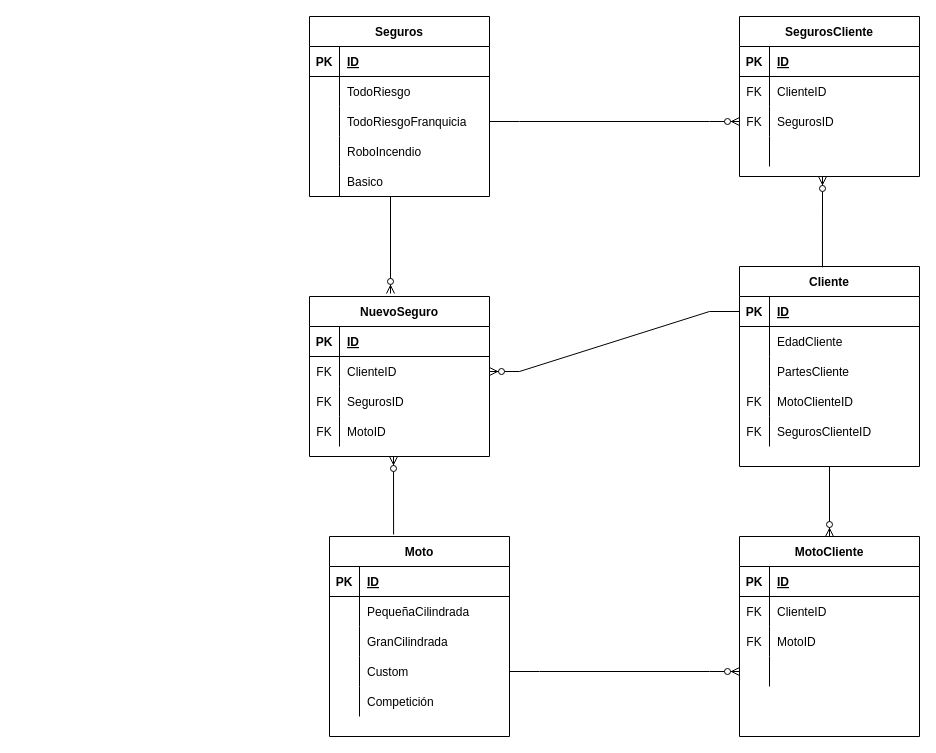
Above: EjercicioSeguros.drawio in dawnrock/diagrams (draw.io), before the change. Source tidied: cells renumbered, new cells numbered last; positions are measured from the earlier drawing's top-left corner, leaving out a move shared by most shapes. Both pictures are drawn from the tidied source at 100%, with x=0, y=0 at pixel (309, 16).
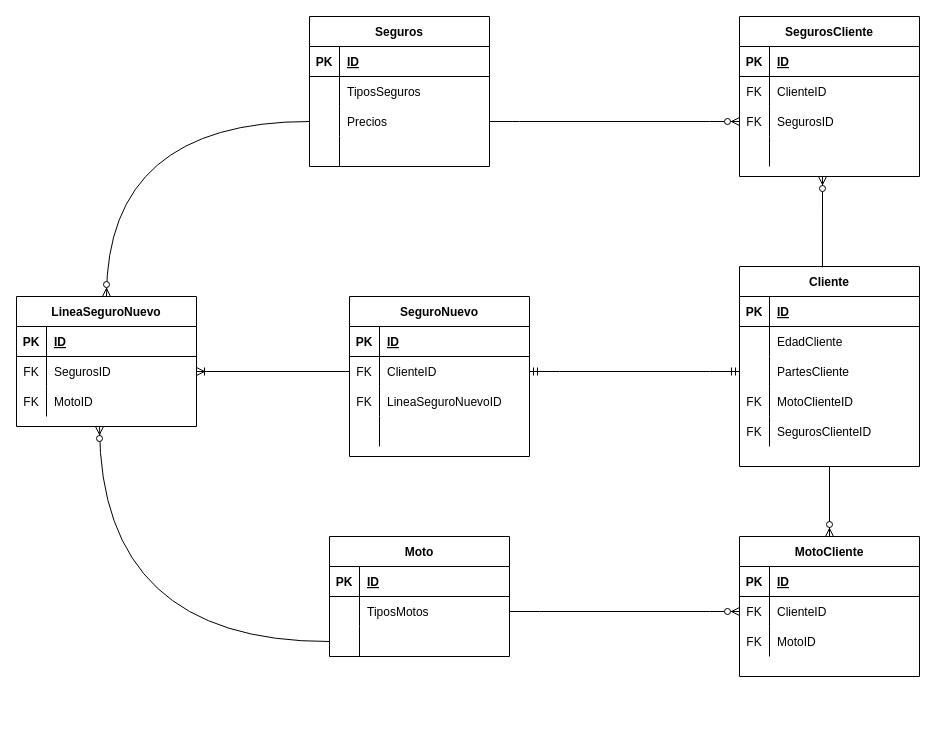
The same diagram, later.

The change refers to these unchanged cells:
```xml
<mxCell id="3" style="shape=partialRectangle;fillColor=none;top=0;left=0;bottom=1;right=0;points=[[0,0.5],[1,0.5]];portConstraint=eastwest;" parent="2" vertex="1">
  <mxGeometry y="30" width="180" height="30" as="geometry" />
</mxCell>
<mxCell id="9" style="shape=partialRectangle;fillColor=none;top=0;left=0;bottom=0;right=0;points=[[0,0.5],[1,0.5]];portConstraint=eastwest;" parent="2" vertex="1">
  <mxGeometry y="90" width="180" height="30" as="geometry" />
</mxCell>
<mxCell id="22" style="shape=partialRectangle;fillColor=none;top=0;left=0;bottom=0;right=0;points=[[0,0.5],[1,0.5]];portConstraint=eastwest;" parent="18" vertex="1">
  <mxGeometry y="60" width="180" height="30" as="geometry" />
</mxCell>
<mxCell id="38" style="shape=partialRectangle;fillColor=none;top=0;left=0;bottom=0;right=0;" parent="34" vertex="1">
  <mxGeometry y="60" width="180" height="30" as="geometry" />
</mxCell>
<mxCell id="41" style="shape=partialRectangle;fillColor=none;top=0;left=0;bottom=0;right=0;points=[[0,0.5],[1,0.5]];portConstraint=eastwest;" parent="34" vertex="1">
  <mxGeometry y="90" width="180" height="30" as="geometry" />
</mxCell>
<mxCell id="69" style="shape=partialRectangle;fillColor=none;top=0;left=0;bottom=0;right=0;points=[[0,0.5],[1,0.5]];portConstraint=eastwest;" parent="65" vertex="1">
  <mxGeometry y="60" width="180" height="30" as="geometry" />
</mxCell>
```

What changed in the source:
```diff
@@
     <mxCell id="18" value="Moto" style="shape=table;startSize=30;childLayout=tableLayout;rowLines=0;fontStyle=1;align=center;" parent="1" vertex="1">
-      <mxGeometry x="20" y="520" width="180" height="200" as="geometry" />
+      <mxGeometry x="20" y="520" width="180" height="120" as="geometry" />
     </mxCell>
@@
-    <mxCell id="24" value="PequeñaCilindrada" style="shape=partialRectangle;fillColor=none;top=0;left=0;bottom=0;right=0;align=left;spacingLeft=6;overflow=hidden;" parent="22" vertex="1">
+    <mxCell id="24" value="TiposMotos" style="shape=partialRectangle;fillColor=none;top=0;left=0;bottom=0;right=0;align=left;spacingLeft=6;overflow=hidden;" parent="22" vertex="1">
       <mxGeometry x="30" width="150" height="30" as="geometry" />
     </mxCell>
-    <mxCell id="25" style="shape=partialRectangle;fillColor=none;top=0;left=0;bottom=0;right=0;" parent="18" vertex="1">
-      <mxGeometry y="90" width="180" height="30" as="geometry" />
-    </mxCell>
-    <mxCell id="26" style="shape=partialRectangle;fillColor=none;top=0;left=0;bottom=0;right=0;overflow=hidden;" parent="25" vertex="1">
-      <mxGeometry width="30" height="30" as="geometry" />
-    </mxCell>
-    <mxCell id="27" value="GranCilindrada" style="shape=partialRectangle;fillColor=none;top=0;left=0;bottom=0;right=0;align=left;spacingLeft=6;overflow=hidden;" parent="25" vertex="1">
-      <mxGeometry x="30" width="150" height="30" as="geometry" />
-    </mxCell>
-    <mxCell id="28" style="shape=partialRectangle;fillColor=none;top=0;left=0;bottom=0;right=0;points=[[0,0.5],[1,0.5]];portConstraint=eastwest;" parent="18" vertex="1">
-      <mxGeometry y="120" width="180" height="30" as="geometry" />
-    </mxCell>
-    <mxCell id="29" style="shape=partialRectangle;fillColor=none;top=0;left=0;bottom=0;right=0;overflow=hidden;" parent="28" vertex="1">
-      <mxGeometry width="30" height="30" as="geometry" />
-    </mxCell>
-    <mxCell id="30" value="Custom" style="shape=partialRectangle;fillColor=none;top=0;left=0;bottom=0;right=0;align=left;spacingLeft=6;overflow=hidden;" parent="28" vertex="1">
-      <mxGeometry x="30" width="150" height="30" as="geometry" />
-    </mxCell>
     <mxCell id="31" style="shape=partialRectangle;fillColor=none;top=0;left=0;bottom=0;right=0;" parent="18" vertex="1">
-      <mxGeometry y="150" width="180" height="30" as="geometry" />
+      <mxGeometry y="90" width="180" height="30" as="geometry" />
     </mxCell>
@@
-    <mxCell id="33" value="Competición" style="shape=partialRectangle;fillColor=none;top=0;left=0;bottom=0;right=0;align=left;spacingLeft=6;overflow=hidden;" parent="31" vertex="1">
+    <mxCell id="33" style="shape=partialRectangle;fillColor=none;top=0;left=0;bottom=0;right=0;align=left;spacingLeft=6;overflow=hidden;" parent="31" vertex="1">
       <mxGeometry x="30" width="150" height="30" as="geometry" />
     </mxCell>
     <mxCell id="34" value="Seguros" style="shape=table;startSize=30;childLayout=tableLayout;rowLines=0;fontStyle=1;align=center;" parent="1" vertex="1">
-      <mxGeometry width="180" height="180" as="geometry" />
+      <mxGeometry width="180" height="150" as="geometry" />
     </mxCell>
@@
-    <mxCell id="40" value="TodoRiesgo" style="shape=partialRectangle;fillColor=none;top=0;left=0;bottom=0;right=0;align=left;spacingLeft=6;overflow=hidden;" parent="38" vertex="1">
+    <mxCell id="40" value="TiposSeguros" style="shape=partialRectangle;fillColor=none;top=0;left=0;bottom=0;right=0;align=left;spacingLeft=6;overflow=hidden;" parent="38" vertex="1">
       <mxGeometry x="30" width="150" height="30" as="geometry" />
     </mxCell>
@@
-    <mxCell id="43" value="TodoRiesgoFranquicia" style="shape=partialRectangle;fillColor=none;top=0;left=0;bottom=0;right=0;align=left;spacingLeft=6;overflow=hidden;" parent="41" vertex="1">
+    <mxCell id="43" value="Precios" style="shape=partialRectangle;fillColor=none;top=0;left=0;bottom=0;right=0;align=left;spacingLeft=6;overflow=hidden;" parent="41" vertex="1">
       <mxGeometry x="30" width="150" height="30" as="geometry" />
     </mxCell>
-    <mxCell id="44" style="shape=partialRectangle;fillColor=none;top=0;left=0;bottom=0;right=0;" parent="34" vertex="1">
-      <mxGeometry y="120" width="180" height="30" as="geometry" />
-    </mxCell>
-    <mxCell id="45" style="shape=partialRectangle;fillColor=none;top=0;left=0;bottom=0;right=0;overflow=hidden;" parent="44" vertex="1">
-      <mxGeometry width="30" height="30" as="geometry" />
-    </mxCell>
-    <mxCell id="46" value="RoboIncendio" style="shape=partialRectangle;fillColor=none;top=0;left=0;bottom=0;right=0;align=left;spacingLeft=6;overflow=hidden;" parent="44" vertex="1">
-      <mxGeometry x="30" width="150" height="30" as="geometry" />
-    </mxCell>
     <mxCell id="47" style="shape=partialRectangle;fillColor=none;top=0;left=0;bottom=0;right=0;" parent="34" vertex="1">
-      <mxGeometry y="150" width="180" height="30" as="geometry" />
+      <mxGeometry y="120" width="180" height="30" as="geometry" />
     </mxCell>
@@
-    <mxCell id="49" value="Basico" style="shape=partialRectangle;fillColor=none;top=0;left=0;bottom=0;right=0;align=left;spacingLeft=6;overflow=hidden;" parent="47" vertex="1">
+    <mxCell id="49" style="shape=partialRectangle;fillColor=none;top=0;left=0;bottom=0;right=0;align=left;spacingLeft=6;overflow=hidden;" parent="47" vertex="1">
       <mxGeometry x="30" width="150" height="30" as="geometry" />
     </mxCell>
@@
     <mxCell id="65" value="MotoCliente" style="shape=table;startSize=30;childLayout=tableLayout;rowLines=0;fontStyle=1;align=center;" parent="1" vertex="1">
-      <mxGeometry x="430" y="520" width="180" height="200" as="geometry" />
+      <mxGeometry x="430" y="520" width="180" height="140" as="geometry" />
     </mxCell>
@@
-    <mxCell id="75" style="shape=partialRectangle;fillColor=none;top=0;left=0;bottom=0;right=0;points=[[0,0.5],[1,0.5]];portConstraint=eastwest;" parent="65" vertex="1">
-      <mxGeometry y="120" width="180" height="30" as="geometry" />
-    </mxCell>
-    <mxCell id="76" style="shape=partialRectangle;fillColor=none;top=0;left=0;bottom=0;right=0;overflow=hidden;" parent="75" vertex="1">
-      <mxGeometry width="30" height="30" as="geometry" />
-    </mxCell>
-    <mxCell id="77" style="shape=partialRectangle;fillColor=none;top=0;left=0;bottom=0;right=0;align=left;spacingLeft=6;overflow=hidden;" parent="75" vertex="1">
-      <mxGeometry x="30" width="150" height="30" as="geometry" />
-    </mxCell>
-    <mxCell id="78" style="edgeStyle=entityRelationEdgeStyle;fontSize=12;html=1;endArrow=ERzeroToMany;endFill=1;rounded=0;entryX=0;entryY=0.5;entryDx=0;entryDy=0;" parent="1" edge="1" source="28" target="75">
+    <mxCell id="78" style="edgeStyle=entityRelationEdgeStyle;fontSize=12;html=1;endArrow=ERzeroToMany;endFill=1;rounded=0;entryX=0;entryY=0.5;entryDx=0;entryDy=0;exitX=1;exitY=0.5;exitDx=0;exitDy=0;" parent="1" edge="1" source="22" target="69">
       <mxGeometry relative="1" as="geometry" />
     </mxCell>
@@
-    <mxCell id="80" value="NuevoSeguro" style="shape=table;startSize=30;childLayout=tableLayout;rowLines=0;fontStyle=1;align=center;" parent="1" vertex="1">
-      <mxGeometry y="280" width="180" height="160" as="geometry" />
+    <mxCell id="80" value="LineaSeguroNuevo" style="shape=table;startSize=30;childLayout=tableLayout;rowLines=0;fontStyle=1;align=center;" parent="1" vertex="1">
+      <mxGeometry x="-293" y="280" width="180" height="130" as="geometry" />
     </mxCell>
@@
-    <mxCell id="84" style="shape=partialRectangle;fillColor=none;top=0;left=0;bottom=0;right=0;points=[[0,0.5],[1,0.5]];portConstraint=eastwest;" parent="80" vertex="1">
-      <mxGeometry y="60" width="180" height="30" as="geometry" />
-    </mxCell>
-    <mxCell id="85" value="FK" style="shape=partialRectangle;fillColor=none;top=0;left=0;bottom=0;right=0;overflow=hidden;" parent="84" vertex="1">
-      <mxGeometry width="30" height="30" as="geometry" />
-    </mxCell>
-    <mxCell id="86" value="ClienteID" style="shape=partialRectangle;fillColor=none;top=0;left=0;bottom=0;right=0;align=left;spacingLeft=6;overflow=hidden;" parent="84" vertex="1">
-      <mxGeometry x="30" width="150" height="30" as="geometry" />
-    </mxCell>
     <mxCell id="87" style="shape=partialRectangle;fillColor=none;top=0;left=0;bottom=0;right=0;points=[[0,0.5],[1,0.5]];portConstraint=eastwest;" parent="80" vertex="1">
-      <mxGeometry y="90" width="180" height="30" as="geometry" />
+      <mxGeometry y="60" width="180" height="30" as="geometry" />
     </mxCell>
@@
     <mxCell id="90" style="shape=partialRectangle;fillColor=none;top=0;left=0;bottom=0;right=0;" parent="80" vertex="1">
-      <mxGeometry y="120" width="180" height="30" as="geometry" />
+      <mxGeometry y="90" width="180" height="30" as="geometry" />
     </mxCell>
@@
-    <mxCell id="93" style="edgeStyle=entityRelationEdgeStyle;fontSize=12;html=1;endArrow=ERzeroToMany;endFill=1;rounded=0;entryX=1;entryY=0.5;entryDx=0;entryDy=0;exitX=0;exitY=0.5;exitDx=0;exitDy=0;" parent="1" edge="1" source="3" target="84">
-      <mxGeometry relative="1" as="geometry" />
-    </mxCell>
-    <mxCell id="94" style="fontSize=12;html=1;endArrow=ERzeroToMany;endFill=1;rounded=0;entryX=0.45;entryY=-0.019;entryDx=0;entryDy=0;entryPerimeter=0;" parent="1" edge="1" target="80">
-      <mxGeometry relative="1" as="geometry">
-        <mxPoint x="81" y="180" as="sourcePoint" />
-      </mxGeometry>
+    <mxCell id="94" style="fontSize=12;html=1;endArrow=ERzeroToMany;endFill=1;rounded=0;entryX=0.5;entryY=0;entryDx=0;entryDy=0;edgeStyle=orthogonalEdgeStyle;curved=1;exitX=0;exitY=0.5;exitDx=0;exitDy=0;" parent="1" edge="1" source="41" target="80">
+      <mxGeometry relative="1" as="geometry" />
     </mxCell>
-    <mxCell id="95" style="fontSize=12;html=1;endArrow=ERzeroToMany;endFill=1;rounded=0;exitX=0.356;exitY=-0.01;exitDx=0;exitDy=0;exitPerimeter=0;" parent="1" edge="1" source="18">
+    <mxCell id="95" style="fontSize=12;html=1;endArrow=ERzeroToMany;endFill=1;rounded=0;edgeStyle=orthogonalEdgeStyle;curved=1;exitX=0;exitY=0.5;exitDx=0;exitDy=0;" parent="1" edge="1">
       <mxGeometry relative="1" as="geometry">
-        <mxPoint x="84" y="440" as="targetPoint" />
+        <mxPoint x="20" y="625" as="sourcePoint" />
+        <mxPoint x="-210" y="410" as="targetPoint" />
       </mxGeometry>
     </mxCell>
+    <mxCell id="96" value="SeguroNuevo" style="shape=table;startSize=30;childLayout=tableLayout;rowLines=0;fontStyle=1;align=center;" parent="1" vertex="1">
+      <mxGeometry x="40" y="280" width="180" height="160" as="geometry" />
+    </mxCell>
+    <mxCell id="97" style="shape=partialRectangle;fillColor=none;top=0;left=0;bottom=1;right=0;" parent="96" vertex="1">
+      <mxGeometry y="30" width="180" height="30" as="geometry" />
+    </mxCell>
+    <mxCell id="98" value="PK" style="shape=partialRectangle;fillColor=none;top=0;left=0;bottom=0;right=0;fontStyle=1;overflow=hidden;" parent="97" vertex="1">
+      <mxGeometry width="30" height="30" as="geometry" />
+    </mxCell>
+    <mxCell id="99" value="ID" style="shape=partialRectangle;fillColor=none;top=0;left=0;bottom=0;right=0;align=left;spacingLeft=6;fontStyle=5;overflow=hidden;" parent="97" vertex="1">
+      <mxGeometry x="30" width="150" height="30" as="geometry" />
+    </mxCell>
+    <mxCell id="84" style="shape=partialRectangle;fillColor=none;top=0;left=0;bottom=0;right=0;points=[[0,0.5],[1,0.5]];portConstraint=eastwest;" parent="96" vertex="1">
+      <mxGeometry y="60" width="180" height="30" as="geometry" />
+    </mxCell>
+    <mxCell id="100" value="FK" style="shape=partialRectangle;fillColor=none;top=0;left=0;bottom=0;right=0;overflow=hidden;" parent="84" vertex="1">
+      <mxGeometry width="30" height="30" as="geometry" />
+    </mxCell>
+    <mxCell id="86" value="ClienteID" style="shape=partialRectangle;fillColor=none;top=0;left=0;bottom=0;right=0;align=left;spacingLeft=6;overflow=hidden;" parent="84" vertex="1">
+      <mxGeometry x="30" width="150" height="30" as="geometry" />
+    </mxCell>
+    <mxCell id="25" style="shape=partialRectangle;fillColor=none;top=0;left=0;bottom=0;right=0;" parent="96" vertex="1">
+      <mxGeometry y="90" width="180" height="30" as="geometry" />
+    </mxCell>
+    <mxCell id="101" value="FK" style="shape=partialRectangle;fillColor=none;top=0;left=0;bottom=0;right=0;overflow=hidden;" parent="25" vertex="1">
+      <mxGeometry width="30" height="30" as="geometry" />
+    </mxCell>
+    <mxCell id="102" value="LineaSeguroNuevoID" style="shape=partialRectangle;fillColor=none;top=0;left=0;bottom=0;right=0;align=left;spacingLeft=6;overflow=hidden;fontStyle=0;" parent="25" vertex="1">
+      <mxGeometry x="30" width="150" height="30" as="geometry" />
+    </mxCell>
+    <mxCell id="103" style="shape=partialRectangle;fillColor=none;top=0;left=0;bottom=0;right=0;" parent="96" vertex="1">
+      <mxGeometry y="120" width="180" height="30" as="geometry" />
+    </mxCell>
+    <mxCell id="104" style="shape=partialRectangle;fillColor=none;top=0;left=0;bottom=0;right=0;overflow=hidden;" parent="103" vertex="1">
+      <mxGeometry width="30" height="30" as="geometry" />
+    </mxCell>
+    <mxCell id="77" style="shape=partialRectangle;fillColor=none;top=0;left=0;bottom=0;right=0;align=left;spacingLeft=6;overflow=hidden;" parent="103" vertex="1">
+      <mxGeometry x="30" width="150" height="30" as="geometry" />
+    </mxCell>
+    <mxCell id="105" style="edgeStyle=entityRelationEdgeStyle;fontSize=12;html=1;endArrow=ERmandOne;startArrow=ERmandOne;rounded=0;entryX=0;entryY=0.5;entryDx=0;entryDy=0;" parent="1" edge="1" source="84" target="9">
+      <mxGeometry relative="1" as="geometry" />
+    </mxCell>
+    <mxCell id="106" style="fontSize=12;html=1;endArrow=ERoneToMany;rounded=0;entryX=1;entryY=0.5;entryDx=0;entryDy=0;exitX=0;exitY=0.5;exitDx=0;exitDy=0;" parent="1" edge="1" source="84" target="87">
+      <mxGeometry relative="1" as="geometry" />
+    </mxCell>
```
